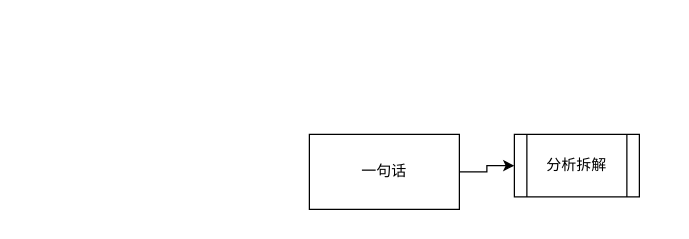
Earlier version of the draw.io diagram 未命名绘图.drawio (Dsimpson-man/draw.io). Source tidied: cells renumbered, new cells numbered last; positions are measured from the earlier drawing's top-left corner, leaving out a move shared by most shapes. Both pictures are drawn from the tidied source at 125%, with x=0, y=0 at pixel (309, 134).
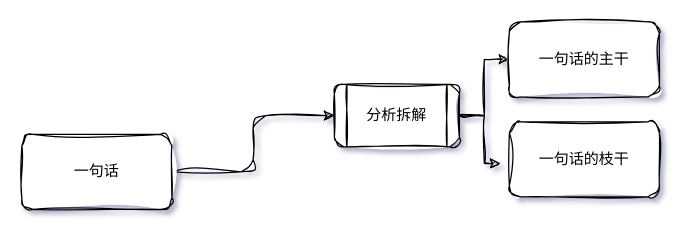
Above is the later version.

Commit message:
更新未命名绘图.drawio

The edit, as a diff of the source:
```diff
@@
-<mxGraphModel>
+<mxGraphModel shadow="1">
   <root>
     <mxCell id="0" />
     <mxCell id="1" parent="0" />
-    <mxCell id="2" style="edgeStyle=orthogonalEdgeStyle;rounded=0;jettySize=auto;html=1;exitX=1;exitY=0.5;exitDx=0;exitDy=0;entryX=0;entryY=0.5;entryDx=0;entryDy=0;" parent="1" edge="1" source="3" target="4">
+    <mxCell id="2" style="edgeStyle=orthogonalEdgeStyle;rounded=1;jettySize=auto;html=1;exitX=1;exitY=0.5;exitDx=0;exitDy=0;entryX=0;entryY=0.5;entryDx=0;entryDy=0;sketch=1;curveFitting=1;jiggle=2;labelBackgroundColor=none;fontColor=default;" parent="1" edge="1" source="3" target="4">
       <mxGeometry relative="1" as="geometry" />
     </mxCell>
-    <mxCell id="3" value="一句话" style="rounded=0;whiteSpace=wrap;html=1;" parent="1" vertex="1">
-      <mxGeometry width="120" height="60" as="geometry" />
+    <mxCell id="3" value="一句话" style="rounded=1;whiteSpace=wrap;html=1;sketch=1;curveFitting=1;jiggle=2;labelBackgroundColor=none;" parent="1" vertex="1">
+      <mxGeometry x="-230" width="120" height="60" as="geometry" />
     </mxCell>
+    <mxCell id="5" style="edgeStyle=orthogonalEdgeStyle;rounded=0;sketch=1;hachureGap=4;jiggle=2;curveFitting=1;jettySize=auto;html=1;fontFamily=Architects Daughter;" parent="1" edge="1" source="4" target="7">
+      <mxGeometry relative="1" as="geometry" />
+    </mxCell>
+    <mxCell id="6" style="edgeStyle=orthogonalEdgeStyle;rounded=0;sketch=1;hachureGap=4;jiggle=2;curveFitting=1;jettySize=auto;html=1;exitX=1;exitY=0.5;exitDx=0;exitDy=0;fontFamily=Architects Daughter;entryX=-0.058;entryY=0.553;entryDx=0;entryDy=0;entryPerimeter=0;" parent="1" edge="1" source="4" target="8">
+      <mxGeometry relative="1" as="geometry" />
+    </mxCell>
-    <mxCell id="4" value="分析拆解" style="shape=process;whiteSpace=wrap;html=1;backgroundOutline=1;" parent="1" vertex="1">
-      <mxGeometry x="164" width="100" height="50" as="geometry" />
+    <mxCell id="4" value="分析拆解" style="shape=process;whiteSpace=wrap;html=1;backgroundOutline=1;sketch=1;curveFitting=1;jiggle=2;labelBackgroundColor=none;rounded=1;" parent="1" vertex="1">
+      <mxGeometry x="20" y="-40" width="100" height="50" as="geometry" />
     </mxCell>
+    <mxCell id="7" value="一句话的主干" style="whiteSpace=wrap;html=1;sketch=1;curveFitting=1;jiggle=2;labelBackgroundColor=none;rounded=1;align=center;" parent="1" vertex="1">
+      <mxGeometry x="160" y="-90" width="120" height="60" as="geometry" />
+    </mxCell>
+    <mxCell id="8" value="一句话的枝干" style="whiteSpace=wrap;html=1;sketch=1;curveFitting=1;jiggle=2;labelBackgroundColor=none;rounded=1;align=center;" parent="1" vertex="1">
+      <mxGeometry x="160" y="-10" width="120" height="60" as="geometry" />
+    </mxCell>
   </root>
 </mxGraphModel>
```
